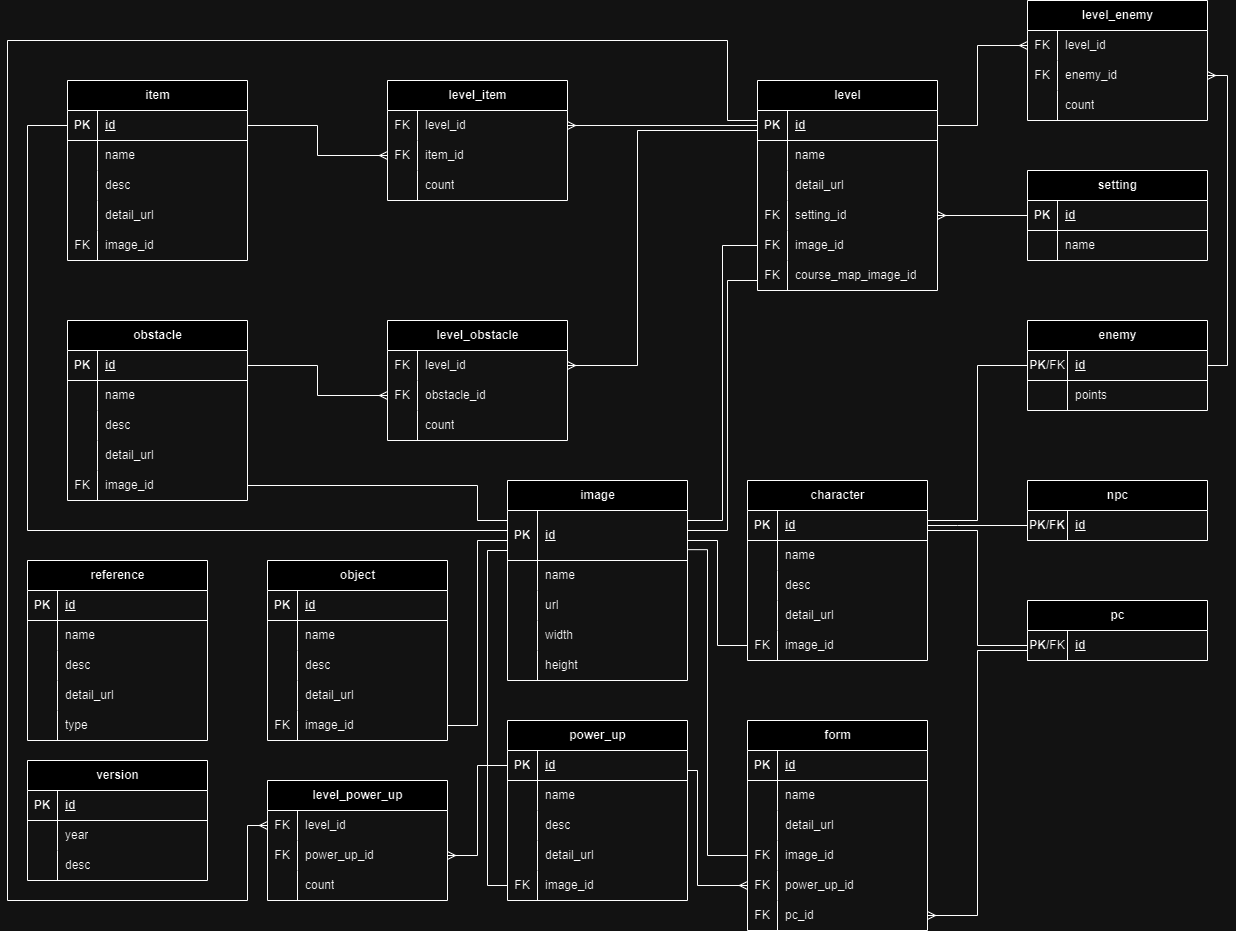
The draw.io diagram Data Storing/design/Mario-DB-R.drawio.png in wargabasdat/Seleksi-2024-Tugas-1, before a commit. Source tidied: cells renumbered, new cells last; positions are measured from the earlier drawing's top-left corner, leaving out a move shared by most shapes.
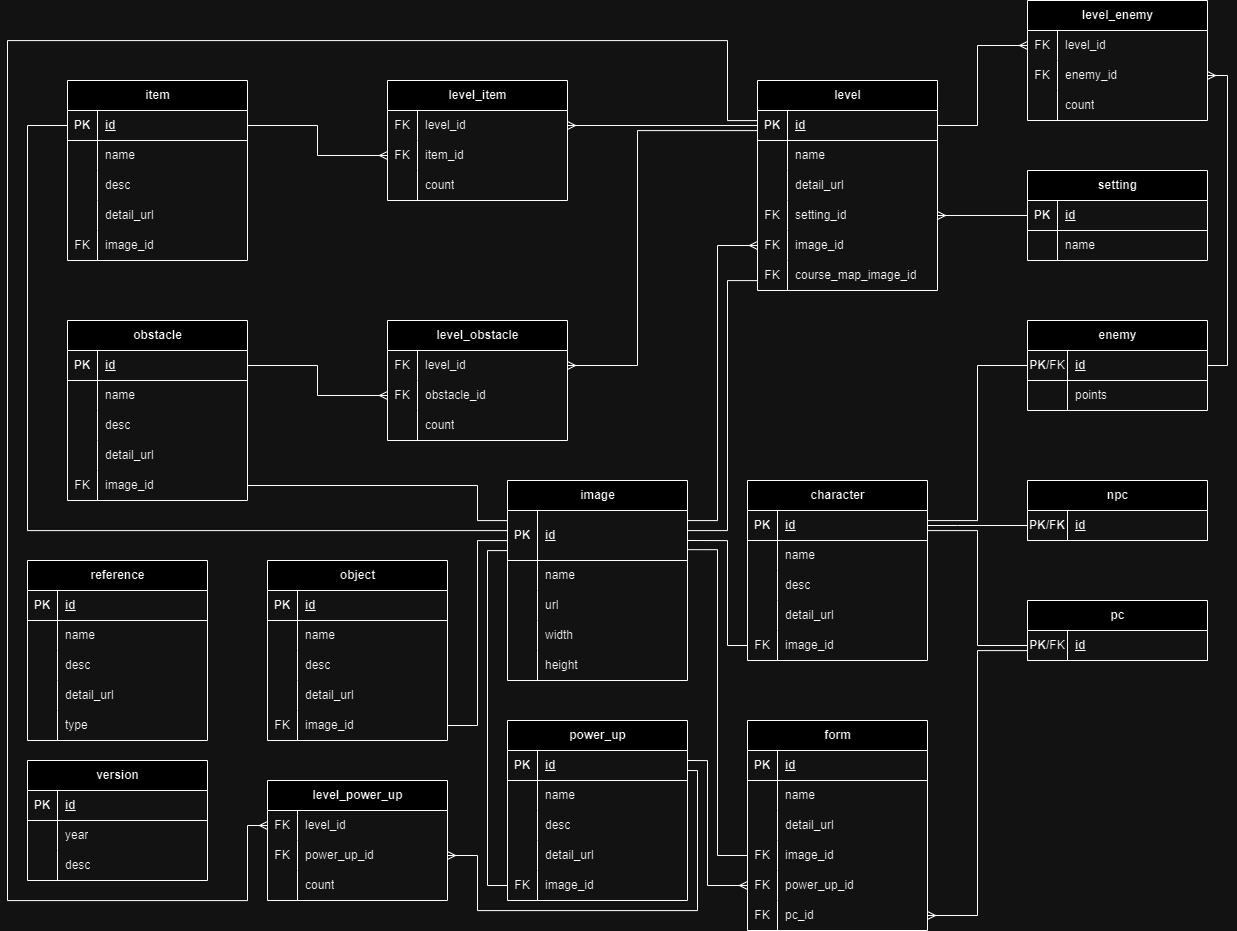
Above is the later version.

Commit message:
feat: image -> level, one to many

The edit, as a diff of the source:
```diff
@@ -547,9 +547,8 @@
       <mxGeometry relative="1" as="geometry">
         <mxPoint x="680" y="540" as="targetPoint" />
         <Array as="points">
-          <mxPoint x="710" y="645" />
-          <mxPoint x="710" y="540" />
-          <mxPoint x="680" y="540" />
+          <mxPoint x="720" y="645" />
+          <mxPoint x="720" y="540" />
         </Array>
       </mxGeometry>
     </mxCell>
@@ -631,11 +630,11 @@
     <mxCell id="193" value="name" style="shape=partialRectangle;fillColor=none;top=0;left=0;bottom=0;right=0;align=left;spacingLeft=6;overflow=hidden;whiteSpace=wrap;html=1;" parent="191" vertex="1">
       <mxGeometry x="30" width="150" height="30" as="geometry" />
     </mxCell>
-    <mxCell id="194" style="edgeStyle=orthogonalEdgeStyle;rounded=0;jettySize=auto;html=1;entryX=1;entryY=0.5;entryDx=0;entryDy=0;endArrow=none;endFill=0;exitX=0;exitY=0.5;exitDx=0;exitDy=0;" parent="1" edge="1" source="181" target="35">
+    <mxCell id="194" style="edgeStyle=orthogonalEdgeStyle;rounded=0;jettySize=auto;html=1;entryX=1;entryY=0.5;entryDx=0;entryDy=0;endArrow=none;endFill=0;exitX=0;exitY=0.5;exitDx=0;exitDy=0;startArrow=ERmany;startFill=0;" parent="1" edge="1" source="181" target="35">
       <mxGeometry relative="1" as="geometry">
         <Array as="points">
-          <mxPoint x="715" y="245" />
-          <mxPoint x="715" y="520" />
+          <mxPoint x="710" y="245" />
+          <mxPoint x="710" y="520" />
           <mxPoint x="680" y="520" />
         </Array>
       </mxGeometry>
@@ -789,8 +788,8 @@
     <mxCell id="233" style="edgeStyle=orthogonalEdgeStyle;rounded=0;jettySize=auto;html=1;entryX=1.004;entryY=0.783;entryDx=0;entryDy=0;entryPerimeter=0;exitX=0;exitY=0.5;exitDx=0;exitDy=0;endArrow=none;endFill=0;" parent="1" edge="1" source="102" target="35">
       <mxGeometry relative="1" as="geometry">
         <Array as="points">
-          <mxPoint x="700" y="855" />
-          <mxPoint x="700" y="549" />
+          <mxPoint x="710" y="855" />
+          <mxPoint x="710" y="549" />
         </Array>
       </mxGeometry>
     </mxCell>
@@ -824,8 +823,16 @@
     <mxCell id="243" value="count" style="shape=partialRectangle;fillColor=none;top=0;left=0;bottom=0;right=0;align=left;spacingLeft=6;overflow=hidden;whiteSpace=wrap;html=1;" parent="241" vertex="1">
       <mxGeometry x="30" width="150" height="30" as="geometry" />
     </mxCell>
-    <mxCell id="244" style="edgeStyle=orthogonalEdgeStyle;rounded=0;jettySize=auto;html=1;entryX=0;entryY=0.5;entryDx=0;entryDy=0;endArrow=none;endFill=0;startArrow=ERmany;startFill=0;" parent="1" edge="1" source="238" target="51">
-      <mxGeometry relative="1" as="geometry" />
+    <mxCell id="244" style="edgeStyle=orthogonalEdgeStyle;rounded=0;jettySize=auto;html=1;endArrow=none;endFill=0;startArrow=ERmany;startFill=0;" parent="1" edge="1" source="238">
+      <mxGeometry relative="1" as="geometry">
+        <mxPoint x="680" y="770" as="targetPoint" />
+        <Array as="points">
+          <mxPoint x="470" y="855" />
+          <mxPoint x="470" y="910" />
+          <mxPoint x="690" y="910" />
+          <mxPoint x="690" y="770" />
+        </Array>
+      </mxGeometry>
     </mxCell>
     <mxCell id="245" style="edgeStyle=orthogonalEdgeStyle;rounded=0;jettySize=auto;html=1;entryX=0;entryY=0.5;entryDx=0;entryDy=0;endArrow=ERmany;endFill=0;" parent="1" edge="1" source="169" target="235">
       <mxGeometry relative="1" as="geometry">
@@ -848,12 +855,12 @@
         </Array>
       </mxGeometry>
     </mxCell>
-    <mxCell id="247" style="edgeStyle=orthogonalEdgeStyle;rounded=0;jettySize=auto;html=1;entryX=1;entryY=0.5;entryDx=0;entryDy=0;endArrow=none;endFill=0;startArrow=ERmany;startFill=0;" parent="1" edge="1" source="105" target="51">
+    <mxCell id="247" style="edgeStyle=orthogonalEdgeStyle;rounded=0;jettySize=auto;html=1;endArrow=none;endFill=0;startArrow=ERmany;startFill=0;" parent="1" edge="1" source="105">
       <mxGeometry relative="1" as="geometry">
+        <mxPoint x="680" y="760" as="targetPoint" />
         <Array as="points">
-          <mxPoint x="690" y="885" />
-          <mxPoint x="690" y="770" />
-          <mxPoint x="680" y="770" />
+          <mxPoint x="700" y="885" />
+          <mxPoint x="700" y="760" />
         </Array>
       </mxGeometry>
     </mxCell>
```
